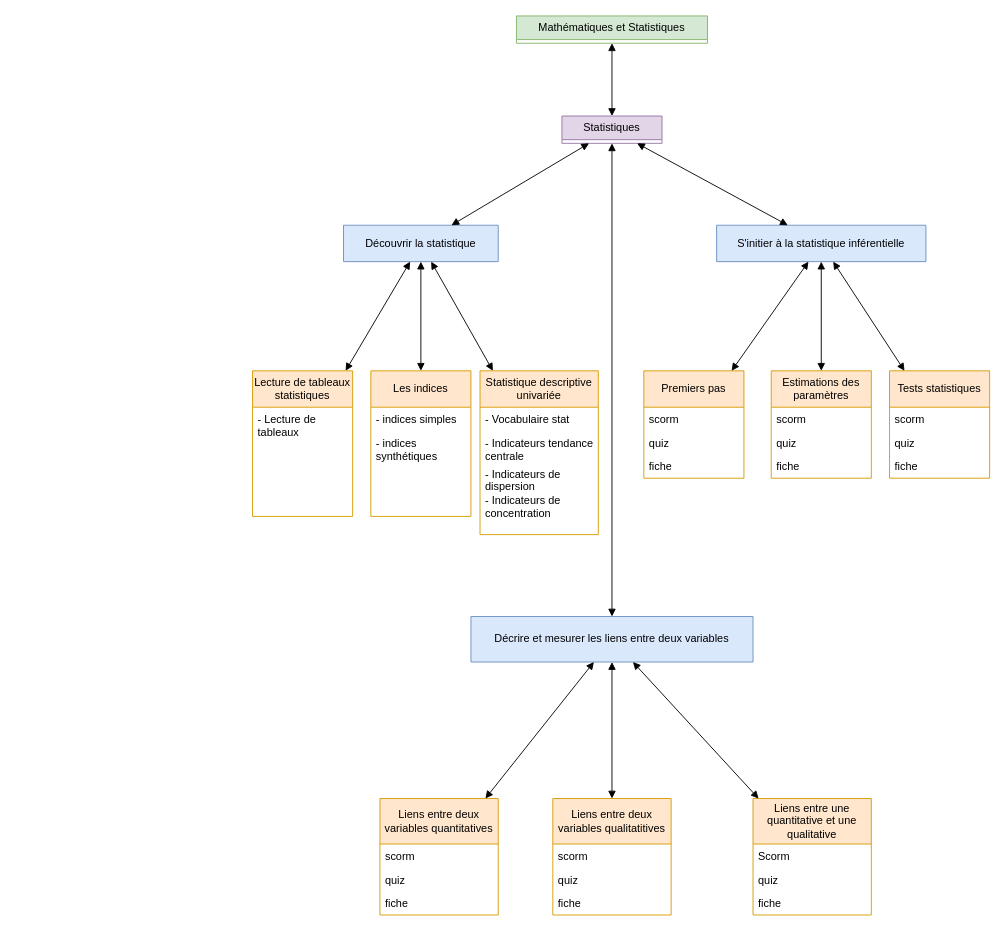
jean-seb-2106/pythontest keeps this draw.io diagram as CefilR.drawio. Above is the earlier version. Source tidied: cells renumbered, new cells numbered last; positions are measured from the earlier drawing's top-left corner, leaving out a move shared by most shapes. Both pictures are drawn from the tidied source at 91%, with x=0, y=0 at pixel (252, 15).
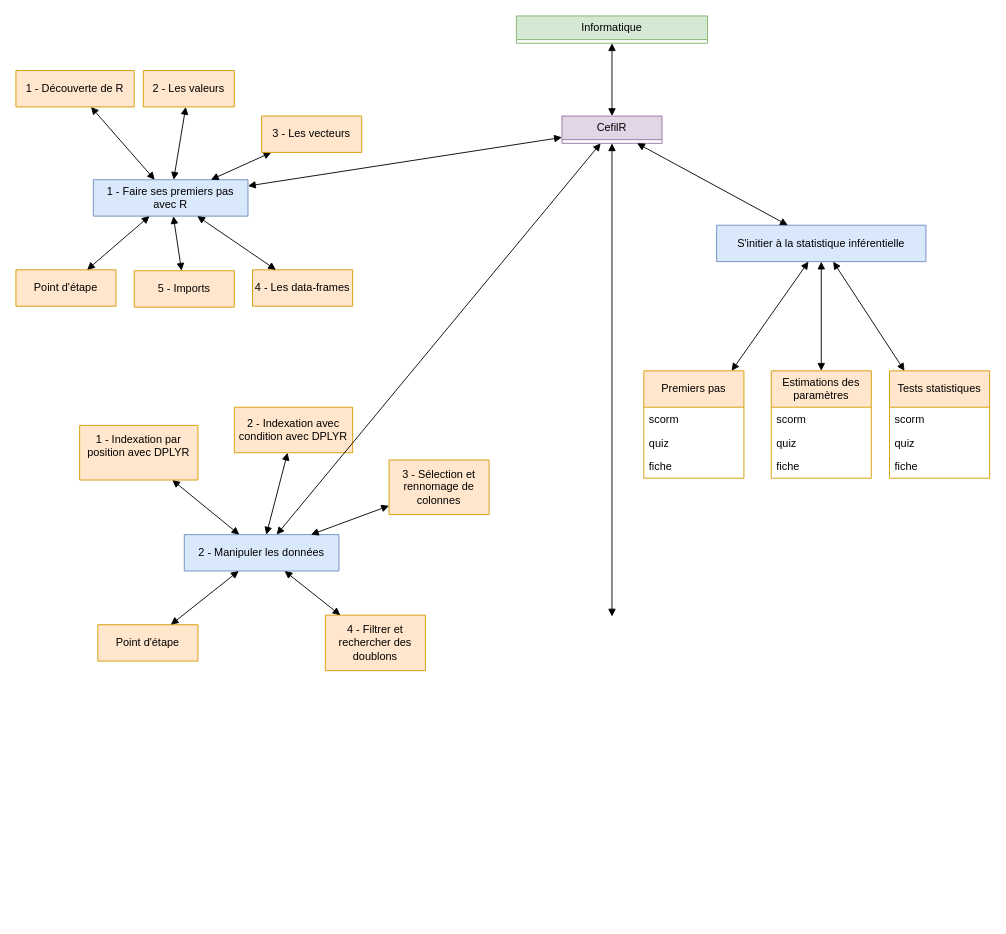
After the change.

Commit message (it also covers changes not shown here):
Mettre à jour CefilR.drawio

What changed in the source:
```diff
@@
-    <mxCell id="2" value="Statistiques" style="swimlane;fontStyle=0;horizontal=1;startSize=26;fillColor=#e1d5e7;whiteSpace=wrap;html=1;strokeColor=#9673a6;" parent="1" vertex="1" collapsed="1">
+    <mxCell id="2" value="CefilR" style="swimlane;fontStyle=0;horizontal=1;startSize=26;fillColor=#e1d5e7;whiteSpace=wrap;html=1;strokeColor=#9673a6;" parent="1" vertex="1" collapsed="1">
       <mxGeometry x="340" y="110" width="110" height="30" as="geometry" />
     </mxCell>
@@
-    <mxCell id="4" value="Mathématiques et Statistiques" style="swimlane;fontStyle=0;horizontal=1;startSize=26;fillColor=#d5e8d4;whiteSpace=wrap;html=1;strokeColor=#82b366;" parent="1" vertex="1" collapsed="1">
+    <mxCell id="4" value="Informatique" style="swimlane;fontStyle=0;horizontal=1;startSize=26;fillColor=#d5e8d4;whiteSpace=wrap;html=1;strokeColor=#82b366;" parent="1" vertex="1" collapsed="1">
       <mxGeometry x="290" width="210" height="30" as="geometry" />
     </mxCell>
-    <mxCell id="5" value="Découvrir la statistique" style="swimlane;fontStyle=0;horizontal=1;startSize=40;fillColor=#dae8fc;whiteSpace=wrap;html=1;strokeColor=#6c8ebf;" parent="1" vertex="1" collapsed="1">
-      <mxGeometry x="100" y="230" width="170" height="40" as="geometry" />
+    <mxCell id="5" value="1 - Faire ses premiers pas avec R" style="swimlane;fontStyle=0;horizontal=1;startSize=40;fillColor=#dae8fc;whiteSpace=wrap;html=1;strokeColor=#6c8ebf;" parent="1" vertex="1" collapsed="1">
+      <mxGeometry x="-175" y="180" width="170" height="40" as="geometry" />
     </mxCell>
@@
-    <mxCell id="7" value="Décrire et mesurer les liens entre deux variables" style="swimlane;fontStyle=0;horizontal=1;startSize=50;fillColor=#dae8fc;whiteSpace=wrap;html=1;strokeColor=#6c8ebf;" parent="1" vertex="1" collapsed="1">
-      <mxGeometry x="240" y="660" width="310" height="50" as="geometry" />
-    </mxCell>
@@
-    <mxCell id="9" style="endArrow=block;startArrow=block;endFill=1;startFill=1;html=1;rounded=0;" parent="1" edge="1" source="2" target="7">
-      <mxGeometry relative="1" as="geometry" />
+    <mxCell id="9" style="endArrow=block;startArrow=block;endFill=1;startFill=1;html=1;rounded=0;" parent="1" edge="1" source="2">
+      <mxGeometry relative="1" as="geometry">
+        <mxPoint x="395" y="660" as="targetPoint" />
+      </mxGeometry>
     </mxCell>
@@
-    <mxCell id="14" value="Lecture de tableaux statistiques" style="swimlane;fontStyle=0;horizontal=1;startSize=40;fillColor=#ffe6cc;whiteSpace=wrap;html=1;strokeColor=#d79b00;" parent="1" vertex="1">
-      <mxGeometry y="390" width="110" height="160" as="geometry" />
+    <mxCell id="14" value="1 - Découverte de R" style="swimlane;fontStyle=0;horizontal=1;startSize=40;fillColor=#ffe6cc;whiteSpace=wrap;html=1;strokeColor=#d79b00;" parent="1" vertex="1" collapsed="1">
+      <mxGeometry x="-260" y="60" width="130" height="40" as="geometry" />
     </mxCell>
-    <mxCell id="15" value="- Lecture de tableaux" style="text;strokeColor=none;fillColor=none;align=left;verticalAlign=top;spacingLeft=4;spacingRight=4;overflow=hidden;whiteSpace=wrap;html=1;" parent="14" vertex="1">
-      <mxGeometry y="40" width="110" height="120" as="geometry" />
-    </mxCell>
-    <mxCell id="16" value="Statistique descriptive univariée" style="swimlane;fontStyle=0;horizontal=1;startSize=40;fillColor=#ffe6cc;whiteSpace=wrap;html=1;strokeColor=#d79b00;" parent="1" vertex="1">
-      <mxGeometry x="250" y="390" width="130" height="180" as="geometry" />
+    <mxCell id="16" value="3 - Les vecteurs" style="swimlane;fontStyle=0;horizontal=1;startSize=40;fillColor=#ffe6cc;whiteSpace=wrap;html=1;strokeColor=#d79b00;" parent="1" vertex="1" collapsed="1">
+      <mxGeometry x="10" y="110" width="110" height="40" as="geometry" />
     </mxCell>
-    <mxCell id="17" value="- Vocabulaire stat" style="text;strokeColor=none;fillColor=none;align=left;verticalAlign=top;spacingLeft=4;spacingRight=4;overflow=hidden;whiteSpace=wrap;html=1;" parent="16" vertex="1">
-      <mxGeometry y="40" width="130" height="26" as="geometry" />
-    </mxCell>
-    <mxCell id="18" value="- Indicateurs tendance centrale" style="text;strokeColor=none;fillColor=none;align=left;verticalAlign=top;spacingLeft=4;spacingRight=4;overflow=hidden;whiteSpace=wrap;html=1;" parent="16" vertex="1">
-      <mxGeometry y="66" width="130" height="34" as="geometry" />
-    </mxCell>
-    <mxCell id="19" value="&lt;div&gt;- Indicateurs de dispersion&lt;/div&gt;&lt;div&gt;- Indicateurs de concentration&lt;br&gt;&lt;/div&gt;&lt;div&gt;&lt;br&gt;&lt;/div&gt;" style="text;strokeColor=none;fillColor=none;align=left;verticalAlign=top;spacingLeft=4;spacingRight=4;overflow=hidden;whiteSpace=wrap;html=1;" parent="16" vertex="1">
-      <mxGeometry y="100" width="130" height="80" as="geometry" />
-    </mxCell>
-    <mxCell id="20" value="Les indices" style="swimlane;fontStyle=0;horizontal=1;startSize=40;fillColor=#ffe6cc;whiteSpace=wrap;html=1;strokeColor=#d79b00;" parent="1" vertex="1">
-      <mxGeometry x="130" y="390" width="110" height="160" as="geometry" />
+    <mxCell id="20" value="2 - Les valeurs" style="swimlane;fontStyle=0;horizontal=1;startSize=40;fillColor=#ffe6cc;whiteSpace=wrap;html=1;strokeColor=#d79b00;" parent="1" vertex="1" collapsed="1">
+      <mxGeometry x="-120" y="60" width="100" height="40" as="geometry" />
     </mxCell>
-    <mxCell id="21" value="- indices simples" style="text;strokeColor=none;fillColor=none;align=left;verticalAlign=top;spacingLeft=4;spacingRight=4;overflow=hidden;whiteSpace=wrap;html=1;" parent="20" vertex="1">
-      <mxGeometry y="40" width="110" height="26" as="geometry" />
-    </mxCell>
-    <mxCell id="22" value="- indices synthétiques" style="text;strokeColor=none;fillColor=none;align=left;verticalAlign=top;spacingLeft=4;spacingRight=4;overflow=hidden;whiteSpace=wrap;html=1;" parent="20" vertex="1">
-      <mxGeometry y="66" width="110" height="94" as="geometry" />
-    </mxCell>
-    <mxCell id="23" value="Liens entre deux variables quantitatives" style="swimlane;fontStyle=0;horizontal=1;startSize=50;fillColor=#ffe6cc;whiteSpace=wrap;html=1;strokeColor=#d79b00;" parent="1" vertex="1">
-      <mxGeometry x="140" y="860" width="130" height="128" as="geometry" />
-    </mxCell>
-    <mxCell id="24" value="scorm" style="text;strokeColor=none;fillColor=none;align=left;verticalAlign=top;spacingLeft=4;spacingRight=4;overflow=hidden;whiteSpace=wrap;html=1;" parent="23" vertex="1">
-      <mxGeometry y="50" width="130" height="26" as="geometry" />
-    </mxCell>
-    <mxCell id="25" value="quiz" style="text;strokeColor=none;fillColor=none;align=left;verticalAlign=top;spacingLeft=4;spacingRight=4;overflow=hidden;whiteSpace=wrap;html=1;" parent="23" vertex="1">
-      <mxGeometry y="76" width="130" height="26" as="geometry" />
-    </mxCell>
-    <mxCell id="26" value="fiche" style="text;strokeColor=none;fillColor=none;align=left;verticalAlign=top;spacingLeft=4;spacingRight=4;overflow=hidden;whiteSpace=wrap;html=1;" parent="23" vertex="1">
-      <mxGeometry y="102" width="130" height="26" as="geometry" />
-    </mxCell>
-    <mxCell id="27" value="Liens entre deux variables qualitatitives" style="swimlane;fontStyle=0;horizontal=1;startSize=50;fillColor=#ffe6cc;whiteSpace=wrap;html=1;strokeColor=#d79b00;" parent="1" vertex="1">
-      <mxGeometry x="330" y="860" width="130" height="128" as="geometry" />
-    </mxCell>
-    <mxCell id="28" value="scorm" style="text;strokeColor=none;fillColor=none;align=left;verticalAlign=top;spacingLeft=4;spacingRight=4;overflow=hidden;whiteSpace=wrap;html=1;" parent="27" vertex="1">
-      <mxGeometry y="50" width="130" height="26" as="geometry" />
-    </mxCell>
-    <mxCell id="29" value="quiz" style="text;strokeColor=none;fillColor=none;align=left;verticalAlign=top;spacingLeft=4;spacingRight=4;overflow=hidden;whiteSpace=wrap;html=1;" parent="27" vertex="1">
-      <mxGeometry y="76" width="130" height="26" as="geometry" />
-    </mxCell>
-    <mxCell id="30" value="fiche" style="text;strokeColor=none;fillColor=none;align=left;verticalAlign=top;spacingLeft=4;spacingRight=4;overflow=hidden;whiteSpace=wrap;html=1;" parent="27" vertex="1">
-      <mxGeometry y="102" width="130" height="26" as="geometry" />
-    </mxCell>
-    <mxCell id="31" value="Liens entre une quantitative et une qualitative" style="swimlane;fontStyle=0;horizontal=1;startSize=50;fillColor=#ffe6cc;whiteSpace=wrap;html=1;strokeColor=#d79b00;" parent="1" vertex="1">
-      <mxGeometry x="550" y="860" width="130" height="128" as="geometry" />
-    </mxCell>
-    <mxCell id="32" value="Scorm" style="text;strokeColor=none;fillColor=none;align=left;verticalAlign=top;spacingLeft=4;spacingRight=4;overflow=hidden;whiteSpace=wrap;html=1;" parent="31" vertex="1">
-      <mxGeometry y="50" width="130" height="26" as="geometry" />
-    </mxCell>
-    <mxCell id="33" value="quiz" style="text;strokeColor=none;fillColor=none;align=left;verticalAlign=top;spacingLeft=4;spacingRight=4;overflow=hidden;whiteSpace=wrap;html=1;" parent="31" vertex="1">
-      <mxGeometry y="76" width="130" height="26" as="geometry" />
-    </mxCell>
-    <mxCell id="34" value="fiche" style="text;strokeColor=none;fillColor=none;align=left;verticalAlign=top;spacingLeft=4;spacingRight=4;overflow=hidden;whiteSpace=wrap;html=1;" parent="31" vertex="1">
-      <mxGeometry y="102" width="130" height="26" as="geometry" />
-    </mxCell>
-    <mxCell id="35" style="endArrow=block;startArrow=block;endFill=1;startFill=1;html=1;rounded=0;" parent="1" edge="1" source="7" target="23">
-      <mxGeometry relative="1" as="geometry" />
-    </mxCell>
-    <mxCell id="36" style="endArrow=block;startArrow=block;endFill=1;startFill=1;html=1;rounded=0;" parent="1" edge="1" source="7" target="27">
-      <mxGeometry relative="1" as="geometry" />
-    </mxCell>
-    <mxCell id="37" style="endArrow=block;startArrow=block;endFill=1;startFill=1;html=1;rounded=0;" parent="1" edge="1" source="7" target="31">
-      <mxGeometry relative="1" as="geometry" />
-    </mxCell>
@@
+    <mxCell id="53" value="4 - Les data-frames" style="swimlane;fontStyle=0;horizontal=1;startSize=40;fillColor=#ffe6cc;whiteSpace=wrap;html=1;strokeColor=#d79b00;" parent="1" vertex="1" collapsed="1">
+      <mxGeometry y="279" width="110" height="40" as="geometry" />
+    </mxCell>
+    <mxCell id="54" value="5 - Imports" style="swimlane;fontStyle=0;horizontal=1;startSize=40;fillColor=#ffe6cc;whiteSpace=wrap;html=1;strokeColor=#d79b00;" parent="1" vertex="1" collapsed="1">
+      <mxGeometry x="-130" y="280" width="110" height="40" as="geometry" />
+    </mxCell>
+    <mxCell id="55" style="endArrow=block;startArrow=block;endFill=1;startFill=1;html=1;rounded=0;" parent="1" edge="1" source="5" target="53">
+      <mxGeometry relative="1" as="geometry" />
+    </mxCell>
+    <mxCell id="56" value="Point d'étape" style="swimlane;fontStyle=0;horizontal=1;startSize=40;fillColor=#ffe6cc;whiteSpace=wrap;html=1;strokeColor=#d79b00;" parent="1" vertex="1" collapsed="1">
+      <mxGeometry x="-260" y="279" width="110" height="40" as="geometry" />
+    </mxCell>
+    <mxCell id="57" style="endArrow=block;startArrow=block;endFill=1;startFill=1;html=1;rounded=0;" parent="1" edge="1" source="5" target="54">
+      <mxGeometry relative="1" as="geometry" />
+    </mxCell>
+    <mxCell id="58" style="endArrow=block;startArrow=block;endFill=1;startFill=1;html=1;rounded=0;" parent="1" edge="1" source="5" target="56">
+      <mxGeometry relative="1" as="geometry" />
+    </mxCell>
+    <mxCell id="59" value="2 - Manipuler les données" style="swimlane;fontStyle=0;horizontal=1;startSize=40;fillColor=#dae8fc;whiteSpace=wrap;html=1;strokeColor=#6c8ebf;" parent="1" vertex="1" collapsed="1">
+      <mxGeometry x="-75" y="570" width="170" height="40" as="geometry" />
+    </mxCell>
+    <mxCell id="60" style="endArrow=block;startArrow=block;endFill=1;startFill=1;html=1;rounded=0;" parent="1" edge="1" source="59" target="63">
+      <mxGeometry relative="1" as="geometry" />
+    </mxCell>
+    <mxCell id="61" style="endArrow=block;startArrow=block;endFill=1;startFill=1;html=1;rounded=0;" parent="1" edge="1" source="59" target="64">
+      <mxGeometry relative="1" as="geometry" />
+    </mxCell>
+    <mxCell id="62" style="endArrow=block;startArrow=block;endFill=1;startFill=1;html=1;rounded=0;" parent="1" edge="1" source="59" target="65">
+      <mxGeometry relative="1" as="geometry" />
+    </mxCell>
+    <mxCell id="63" value="1 - Indexation par position avec DPLYR&lt;br&gt;&lt;div&gt;&lt;br&gt;&lt;/div&gt;" style="swimlane;fontStyle=0;horizontal=1;startSize=60;fillColor=#ffe6cc;whiteSpace=wrap;html=1;strokeColor=#d79b00;" parent="1" vertex="1" collapsed="1">
+      <mxGeometry x="-190" y="450" width="130" height="60" as="geometry" />
+    </mxCell>
+    <mxCell id="64" value="3 - Sélection et rennomage de colonnes" style="swimlane;fontStyle=0;horizontal=1;startSize=60;fillColor=#ffe6cc;whiteSpace=wrap;html=1;strokeColor=#d79b00;" parent="1" vertex="1" collapsed="1">
+      <mxGeometry x="150" y="488" width="110" height="60" as="geometry" />
+    </mxCell>
+    <mxCell id="65" value="2 - Indexation avec condition avec DPLYR" style="swimlane;fontStyle=0;horizontal=1;startSize=50;fillColor=#ffe6cc;whiteSpace=wrap;html=1;strokeColor=#d79b00;" parent="1" vertex="1" collapsed="1">
+      <mxGeometry x="-20" y="430" width="130" height="50" as="geometry" />
+    </mxCell>
+    <mxCell id="66" value="4 - Filtrer et rechercher des doublons" style="swimlane;fontStyle=0;horizontal=1;startSize=61;fillColor=#ffe6cc;whiteSpace=wrap;html=1;strokeColor=#d79b00;" parent="1" vertex="1" collapsed="1">
+      <mxGeometry x="80" y="658.5" width="110" height="61" as="geometry" />
+    </mxCell>
+    <mxCell id="67" style="endArrow=block;startArrow=block;endFill=1;startFill=1;html=1;rounded=0;" parent="1" edge="1" source="59" target="66">
+      <mxGeometry relative="1" as="geometry" />
+    </mxCell>
+    <mxCell id="68" value="Point d'étape" style="swimlane;fontStyle=0;horizontal=1;startSize=40;fillColor=#ffe6cc;whiteSpace=wrap;html=1;strokeColor=#d79b00;" parent="1" vertex="1" collapsed="1">
+      <mxGeometry x="-170" y="669" width="110" height="40" as="geometry" />
+    </mxCell>
+    <mxCell id="69" style="endArrow=block;startArrow=block;endFill=1;startFill=1;html=1;rounded=0;" parent="1" edge="1" source="59" target="68">
+      <mxGeometry relative="1" as="geometry" />
+    </mxCell>
+    <mxCell id="70" style="endArrow=block;startArrow=block;endFill=1;startFill=1;html=1;rounded=0;" parent="1" edge="1" source="2" target="59">
+      <mxGeometry relative="1" as="geometry" />
+    </mxCell>
```
